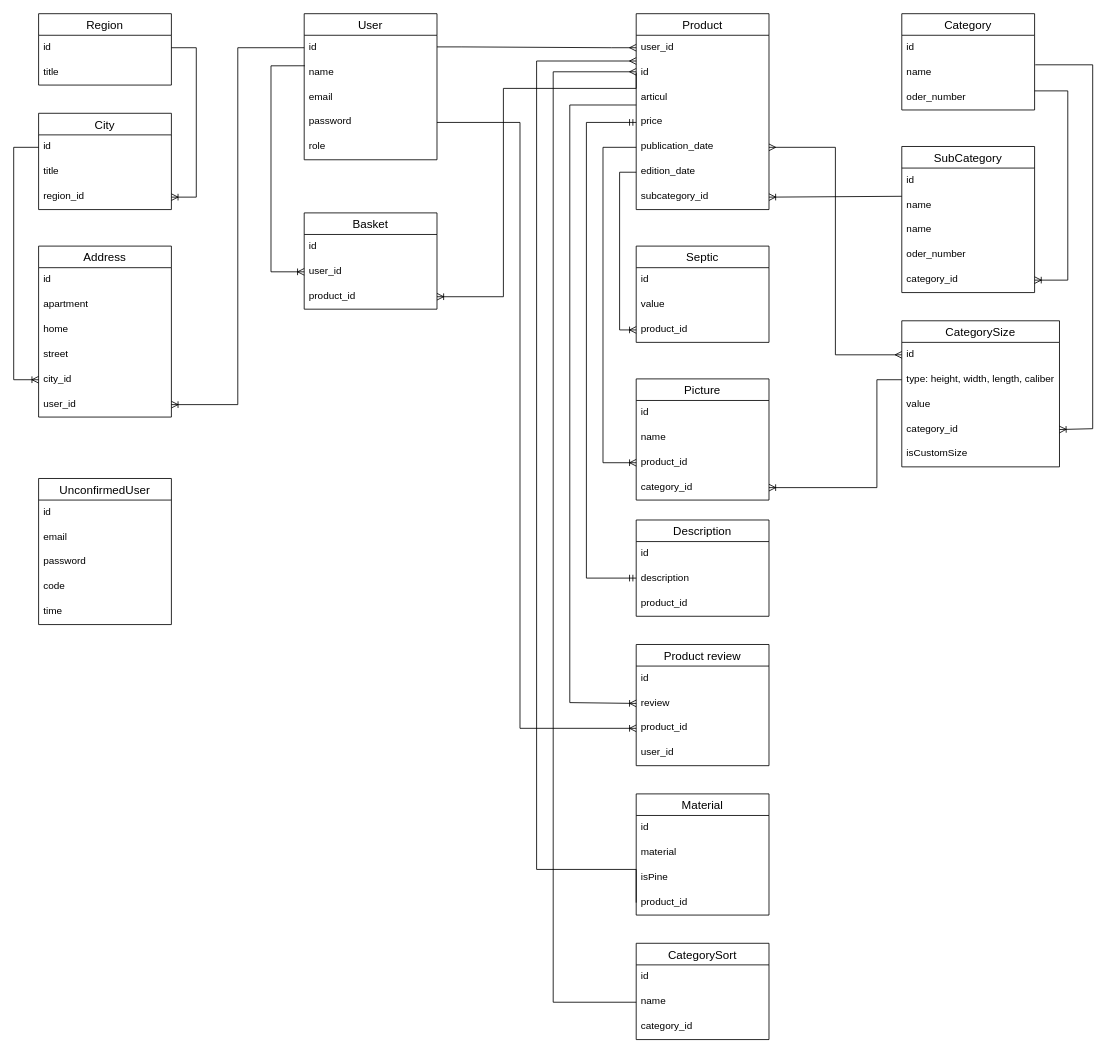
This is lesopilka.drawio from alexeyk500/lesopilka_backend, a draw.io file, before an edit. Source tidied: cells renumbered, new cells numbered last; positions are measured from the earlier drawing's top-left corner, leaving out a move shared by most shapes. Both pictures are drawn from the tidied source at 83%, with x=0, y=0 at pixel (13, 13).
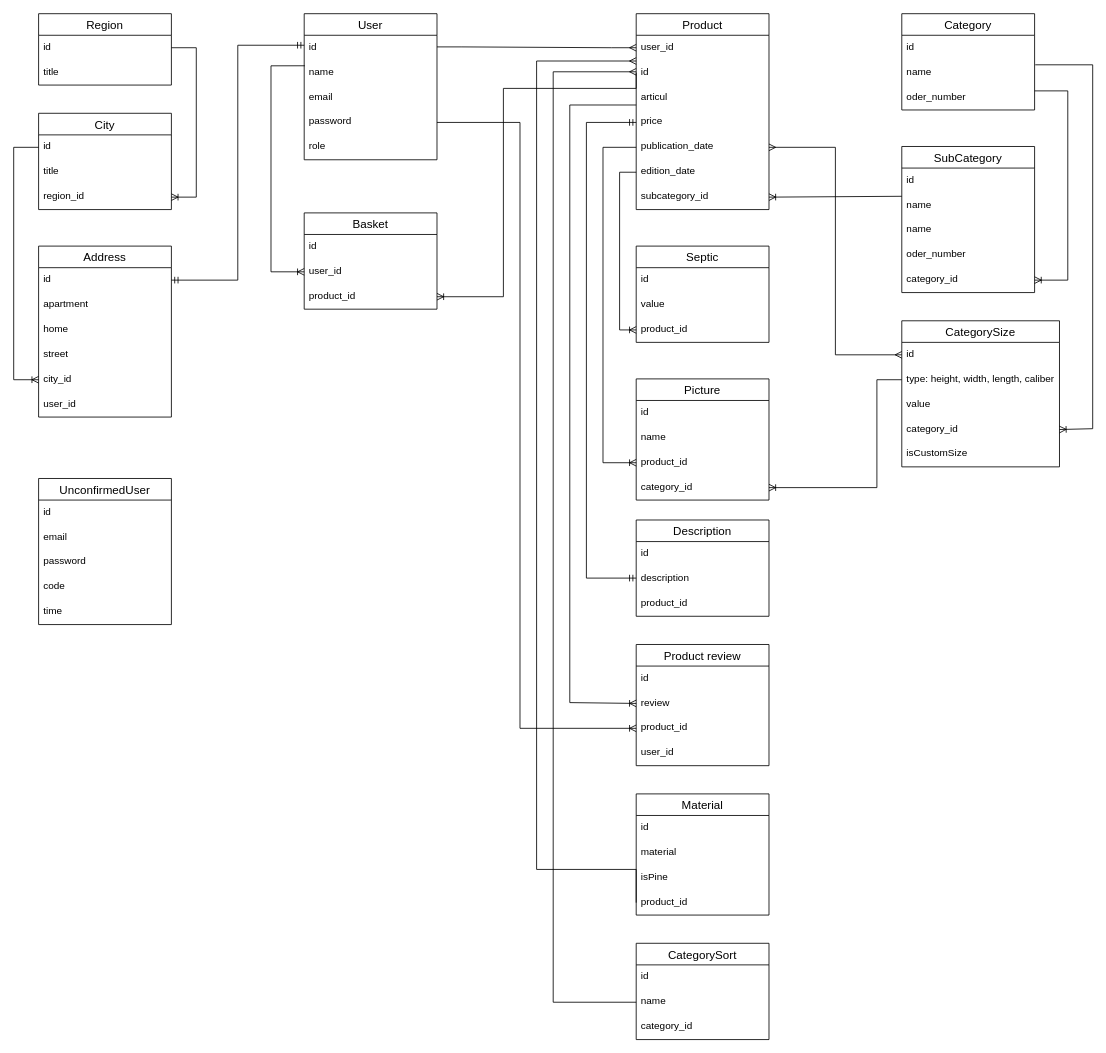
After the change.

Unchanged cells that the change refers to:
```xml
<mxCell id="10" value="id" style="text;strokeColor=none;fillColor=none;spacingLeft=4;spacingRight=4;overflow=hidden;points=[[0,0.5],[1,0.5]];portConstraint=eastwest;fontSize=12;" parent="9" vertex="1">
  <mxGeometry y="26" width="160" height="30" as="geometry" />
</mxCell>
<mxCell id="15" value="user_id" style="text;strokeColor=none;fillColor=none;spacingLeft=4;spacingRight=4;overflow=hidden;points=[[0,0.5],[1,0.5]];portConstraint=eastwest;fontSize=12;" parent="9" vertex="1">
  <mxGeometry y="176" width="160" height="30" as="geometry" />
</mxCell>
<mxCell id="17" value="id" style="text;strokeColor=none;fillColor=none;spacingLeft=4;spacingRight=4;overflow=hidden;points=[[0,0.5],[1,0.5]];portConstraint=eastwest;fontSize=12;" parent="16" vertex="1">
  <mxGeometry y="26" width="160" height="30" as="geometry" />
</mxCell>
```

Change to the diagram source:
```diff
@@
-    <mxCell id="22" style="fontSize=12;html=1;endArrow=ERoneToMany;rounded=0;exitX=0;exitY=0.5;exitDx=0;exitDy=0;edgeStyle=orthogonalEdgeStyle;" parent="1" edge="1" source="17" target="15">
-      <mxGeometry relative="1" as="geometry" />
-    </mxCell>
@@
+    <mxCell id="101" style="edgeStyle=orthogonalEdgeStyle;fontSize=12;html=1;endArrow=ERmandOne;startArrow=ERmandOne;rounded=0;exitX=1;exitY=0.5;exitDx=0;exitDy=0;" parent="1" edge="1" source="10">
+      <mxGeometry relative="1" as="geometry">
+        <mxPoint x="350" y="38" as="targetPoint" />
+        <Array as="points">
+          <mxPoint x="270" y="321" />
+          <mxPoint x="270" y="38" />
+        </Array>
+      </mxGeometry>
+    </mxCell>
```
